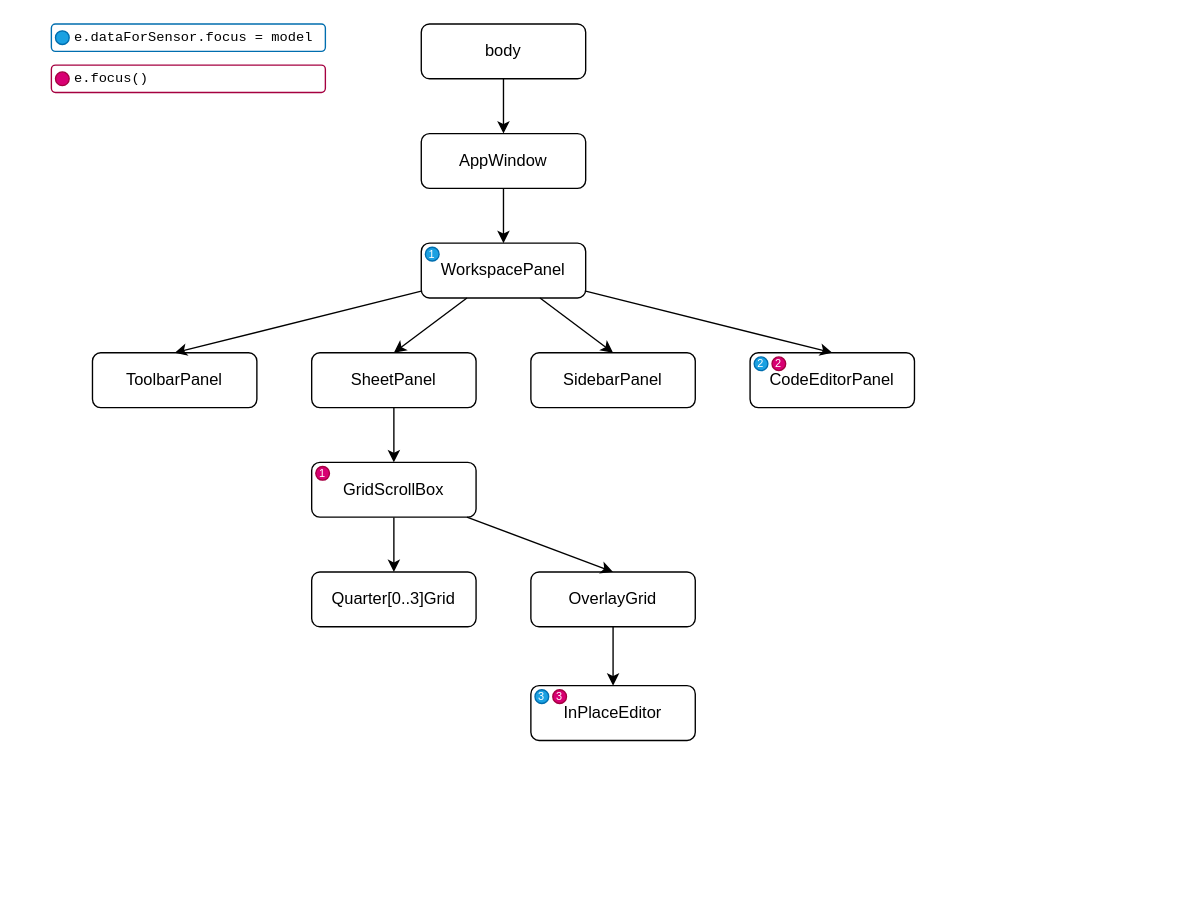
Before: page "Focus" (2 of 2) of docs/dnd.drawio in nezaboodka/verstak, a draw.io diagram. Source tidied: cells renumbered, new cells numbered last; positions are measured from the earlier drawing's top-left corner, leaving out a move shared by most shapes. Both pictures are drawn from the tidied source at 137%, with x=0, y=0 at pixel (51, 23).
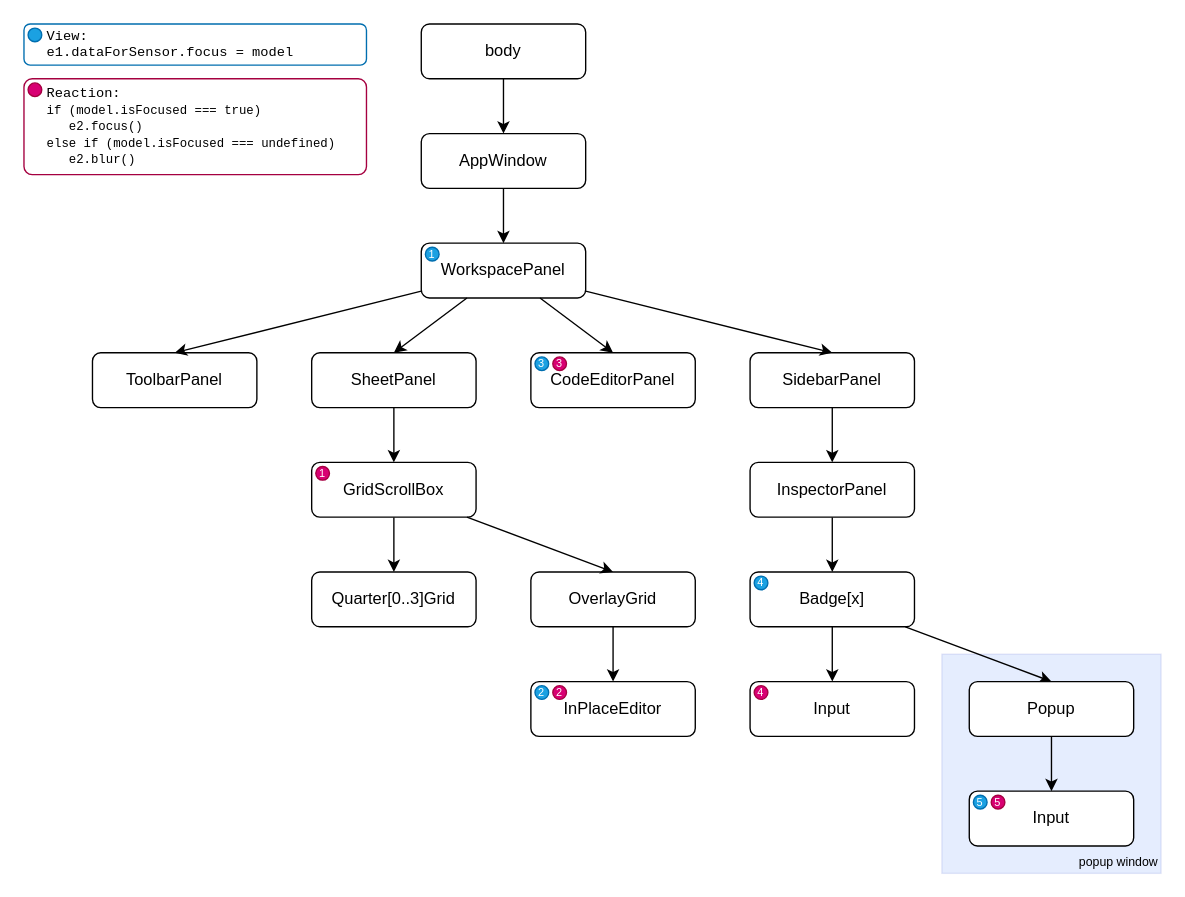
After the change.

Commit message:
Improve 'focus' diagram

What changed in the source:
```diff
@@
+    <mxCell id="33" value="popup window" style="rounded=0;whiteSpace=wrap;html=1;fontFamily=Helvetica;fontSize=9;fontColor=#000000;strokeColor=#001DBC;fillColor=#0050ef;opacity=10;verticalAlign=bottom;align=right;" parent="1" vertex="1">
+      <mxGeometry x="650" y="460" width="160" height="160" as="geometry" />
+    </mxCell>
-    <mxCell id="2" value="e.dataForSensor.focus = model" style="rounded=1;whiteSpace=wrap;html=1;fontFamily=Courier New;fontSize=10;fillColor=none;strokeColor=#006EAF;align=left;spacingLeft=15;" parent="1" vertex="1">
-      <mxGeometry width="200" height="20" as="geometry" />
+    <mxCell id="2" value="View:&lt;br&gt;e1.dataForSensor.focus = model" style="rounded=1;whiteSpace=wrap;html=1;fontFamily=Courier New;fontSize=10;fillColor=none;strokeColor=#006EAF;align=left;spacingLeft=15;" parent="1" vertex="1">
+      <mxGeometry x="-20" width="250" height="30" as="geometry" />
     </mxCell>
@@
-    <mxCell id="8" style="ellipse;whiteSpace=wrap;html=1;fillColor=#1ba1e2;strokeColor=#006EAF;fontColor=#ffffff;" parent="1" vertex="1">
-      <mxGeometry x="3" y="5" width="10" height="10" as="geometry" />
+    <mxCell id="8" style="ellipse;whiteSpace=wrap;html=1;fillColor=#1ba1e2;strokeColor=#006EAF;fontColor=#ffffff;fontSize=8;" parent="1" vertex="1">
+      <mxGeometry x="-17" y="3" width="10" height="10" as="geometry" />
     </mxCell>
@@
+    <mxCell id="34" style="edgeStyle=none;html=1;entryX=0.5;entryY=0;entryDx=0;entryDy=0;fontFamily=Courier New;fontSize=8;fontColor=#000000;" parent="1" edge="1" source="11" target="36">
+      <mxGeometry relative="1" as="geometry" />
+    </mxCell>
     <mxCell id="11" value="SidebarPanel" style="rounded=1;whiteSpace=wrap;html=1;" parent="1" vertex="1">
-      <mxGeometry x="350" y="240" width="120" height="40" as="geometry" />
+      <mxGeometry x="510" y="240" width="120" height="40" as="geometry" />
     </mxCell>
@@
     <mxCell id="13" value="CodeEditorPanel" style="rounded=1;whiteSpace=wrap;html=1;" parent="1" vertex="1">
-      <mxGeometry x="510" y="240" width="120" height="40" as="geometry" />
+      <mxGeometry x="350" y="240" width="120" height="40" as="geometry" />
     </mxCell>
@@
     <mxCell id="23" value="InPlaceEditor" style="rounded=1;whiteSpace=wrap;html=1;" parent="1" vertex="1">
-      <mxGeometry x="350" y="483" width="120" height="40" as="geometry" />
+      <mxGeometry x="350" y="480" width="120" height="40" as="geometry" />
     </mxCell>
@@
-    <mxCell id="25" value="e.focus()" style="rounded=1;whiteSpace=wrap;html=1;fontFamily=Courier New;fontSize=10;fillColor=none;strokeColor=#A50040;align=left;spacingLeft=15;fontColor=#000000;" parent="1" vertex="1">
-      <mxGeometry y="30" width="200" height="20" as="geometry" />
+    <mxCell id="25" value="Reaction:&lt;br&gt;&lt;span style=&quot;font-size: 9px&quot;&gt;if (model.isFocused === true)&lt;/span&gt;&lt;br style=&quot;font-size: 9px&quot;&gt;&lt;span style=&quot;font-size: 9px&quot;&gt;&amp;nbsp; &amp;nbsp;e2.focus()&lt;/span&gt;&lt;br style=&quot;font-size: 9px&quot;&gt;&lt;span style=&quot;font-size: 9px&quot;&gt;else if (model.isFocused === undefined)&lt;/span&gt;&lt;br style=&quot;font-size: 9px&quot;&gt;&lt;span style=&quot;font-size: 9px&quot;&gt;&amp;nbsp; &amp;nbsp;e2.blur()&lt;/span&gt;" style="rounded=1;whiteSpace=wrap;html=1;fontFamily=Courier New;fontSize=10;fillColor=none;strokeColor=#A50040;align=left;spacingLeft=15;fontColor=#000000;verticalAlign=middle;arcSize=12;absoluteArcSize=1;" parent="1" vertex="1">
+      <mxGeometry x="-20" y="40" width="250" height="70" as="geometry" />
     </mxCell>
     <mxCell id="26" style="ellipse;whiteSpace=wrap;html=1;fillColor=#d80073;strokeColor=#A50040;fontColor=#ffffff;" parent="1" vertex="1">
-      <mxGeometry x="3" y="35" width="10" height="10" as="geometry" />
+      <mxGeometry x="-17" y="43" width="10" height="10" as="geometry" />
     </mxCell>
@@
-    <mxCell id="28" value="3" style="ellipse;whiteSpace=wrap;html=1;fillColor=#d80073;strokeColor=#A50040;fontColor=#ffffff;fontSize=8;" parent="1" vertex="1">
-      <mxGeometry x="366" y="486" width="10" height="10" as="geometry" />
+    <mxCell id="28" value="2" style="ellipse;whiteSpace=wrap;html=1;fillColor=#d80073;strokeColor=#A50040;fontColor=#ffffff;fontSize=8;" parent="1" vertex="1">
+      <mxGeometry x="366" y="483" width="10" height="10" as="geometry" />
     </mxCell>
-    <mxCell id="29" value="3" style="ellipse;whiteSpace=wrap;html=1;fillColor=#1ba1e2;strokeColor=#006EAF;fontColor=#ffffff;fontSize=8;" parent="1" vertex="1">
-      <mxGeometry x="353" y="486" width="10" height="10" as="geometry" />
+    <mxCell id="29" value="2" style="ellipse;whiteSpace=wrap;html=1;fillColor=#1ba1e2;strokeColor=#006EAF;fontColor=#ffffff;fontSize=8;" parent="1" vertex="1">
+      <mxGeometry x="353" y="483" width="10" height="10" as="geometry" />
     </mxCell>
-    <mxCell id="30" value="2" style="ellipse;whiteSpace=wrap;html=1;fillColor=#d80073;strokeColor=#A50040;fontColor=#ffffff;fontSize=8;" parent="1" vertex="1">
-      <mxGeometry x="526" y="243" width="10" height="10" as="geometry" />
+    <mxCell id="30" value="3" style="ellipse;whiteSpace=wrap;html=1;fillColor=#d80073;strokeColor=#A50040;fontColor=#ffffff;fontSize=8;" parent="1" vertex="1">
+      <mxGeometry x="366" y="243" width="10" height="10" as="geometry" />
     </mxCell>
-    <mxCell id="31" value="2" style="ellipse;whiteSpace=wrap;html=1;fillColor=#1ba1e2;strokeColor=#006EAF;fontColor=#ffffff;fontSize=8;" parent="1" vertex="1">
-      <mxGeometry x="513" y="243" width="10" height="10" as="geometry" />
+    <mxCell id="31" value="3" style="ellipse;whiteSpace=wrap;html=1;fillColor=#1ba1e2;strokeColor=#006EAF;fontColor=#ffffff;fontSize=8;" parent="1" vertex="1">
+      <mxGeometry x="353" y="243" width="10" height="10" as="geometry" />
     </mxCell>
@@
+    <mxCell id="35" style="edgeStyle=none;html=1;entryX=0.5;entryY=0;entryDx=0;entryDy=0;fontFamily=Courier New;fontSize=8;fontColor=#000000;" parent="1" edge="1" source="36" target="39">
+      <mxGeometry relative="1" as="geometry" />
+    </mxCell>
+    <mxCell id="36" value="InspectorPanel" style="rounded=1;whiteSpace=wrap;html=1;" parent="1" vertex="1">
+      <mxGeometry x="510" y="320" width="120" height="40" as="geometry" />
+    </mxCell>
+    <mxCell id="37" style="edgeStyle=none;html=1;entryX=0.5;entryY=0;entryDx=0;entryDy=0;fontFamily=Courier New;fontSize=8;fontColor=#000000;" parent="1" edge="1" source="39" target="40">
+      <mxGeometry relative="1" as="geometry" />
+    </mxCell>
+    <mxCell id="38" style="edgeStyle=none;html=1;entryX=0.5;entryY=0;entryDx=0;entryDy=0;fontFamily=Courier New;fontSize=8;fontColor=#000000;" parent="1" edge="1" source="39" target="42">
+      <mxGeometry relative="1" as="geometry" />
+    </mxCell>
+    <mxCell id="39" value="Badge[x]" style="rounded=1;whiteSpace=wrap;html=1;" parent="1" vertex="1">
+      <mxGeometry x="510" y="400" width="120" height="40" as="geometry" />
+    </mxCell>
+    <mxCell id="40" value="Input" style="rounded=1;whiteSpace=wrap;html=1;" parent="1" vertex="1">
+      <mxGeometry x="510" y="480" width="120" height="40" as="geometry" />
+    </mxCell>
+    <mxCell id="41" style="edgeStyle=none;html=1;entryX=0.5;entryY=0;entryDx=0;entryDy=0;fontFamily=Courier New;fontSize=8;fontColor=#000000;" parent="1" edge="1" source="42" target="45">
+      <mxGeometry relative="1" as="geometry" />
+    </mxCell>
+    <mxCell id="42" value="Popup" style="rounded=1;whiteSpace=wrap;html=1;" parent="1" vertex="1">
+      <mxGeometry x="670" y="480" width="120" height="40" as="geometry" />
+    </mxCell>
+    <mxCell id="43" value="4" style="ellipse;whiteSpace=wrap;html=1;fillColor=#d80073;strokeColor=#A50040;fontColor=#ffffff;fontSize=8;" parent="1" vertex="1">
+      <mxGeometry x="513" y="483" width="10" height="10" as="geometry" />
+    </mxCell>
+    <mxCell id="44" value="4" style="ellipse;whiteSpace=wrap;html=1;fillColor=#1ba1e2;strokeColor=#006EAF;fontColor=#ffffff;fontSize=8;" parent="1" vertex="1">
+      <mxGeometry x="513" y="403" width="10" height="10" as="geometry" />
+    </mxCell>
+    <mxCell id="45" value="Input" style="rounded=1;whiteSpace=wrap;html=1;" parent="1" vertex="1">
+      <mxGeometry x="670" y="560" width="120" height="40" as="geometry" />
+    </mxCell>
+    <mxCell id="46" value="5" style="ellipse;whiteSpace=wrap;html=1;fillColor=#d80073;strokeColor=#A50040;fontColor=#ffffff;fontSize=8;" parent="1" vertex="1">
+      <mxGeometry x="686" y="563" width="10" height="10" as="geometry" />
+    </mxCell>
+    <mxCell id="47" value="5" style="ellipse;whiteSpace=wrap;html=1;fillColor=#1ba1e2;strokeColor=#006EAF;fontColor=#ffffff;fontSize=8;" parent="1" vertex="1">
+      <mxGeometry x="673" y="563" width="10" height="10" as="geometry" />
+    </mxCell>
```
